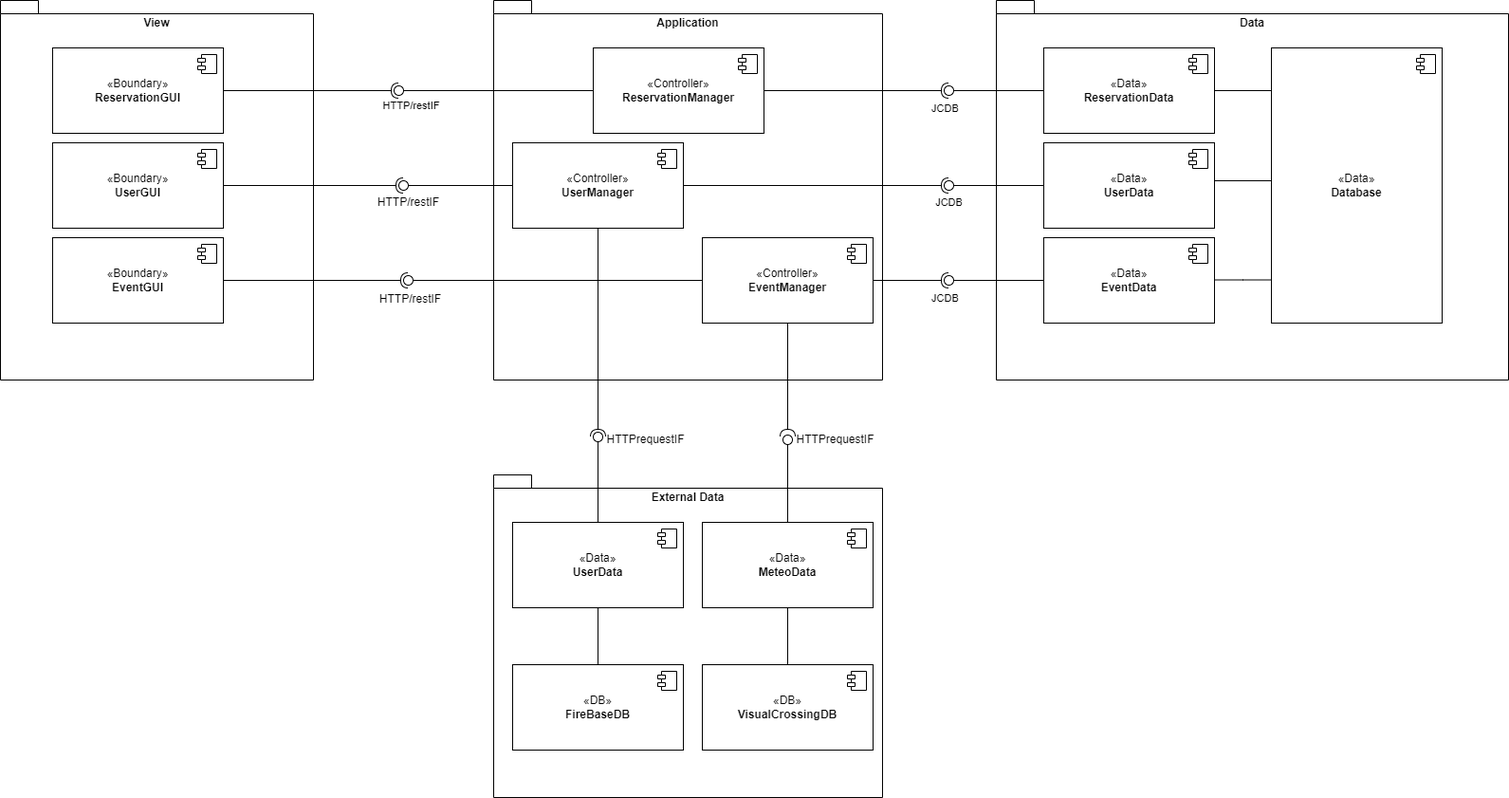
Earlier version of the draw.io export Documentazione/Iterazione 2/diagrams/Component.drawio.png (sabrin99m/Progetto-PAC-2023-24). Source tidied: cells renumbered, new cells last; positions are measured from the earlier drawing's top-left corner, leaving out a move shared by most shapes.
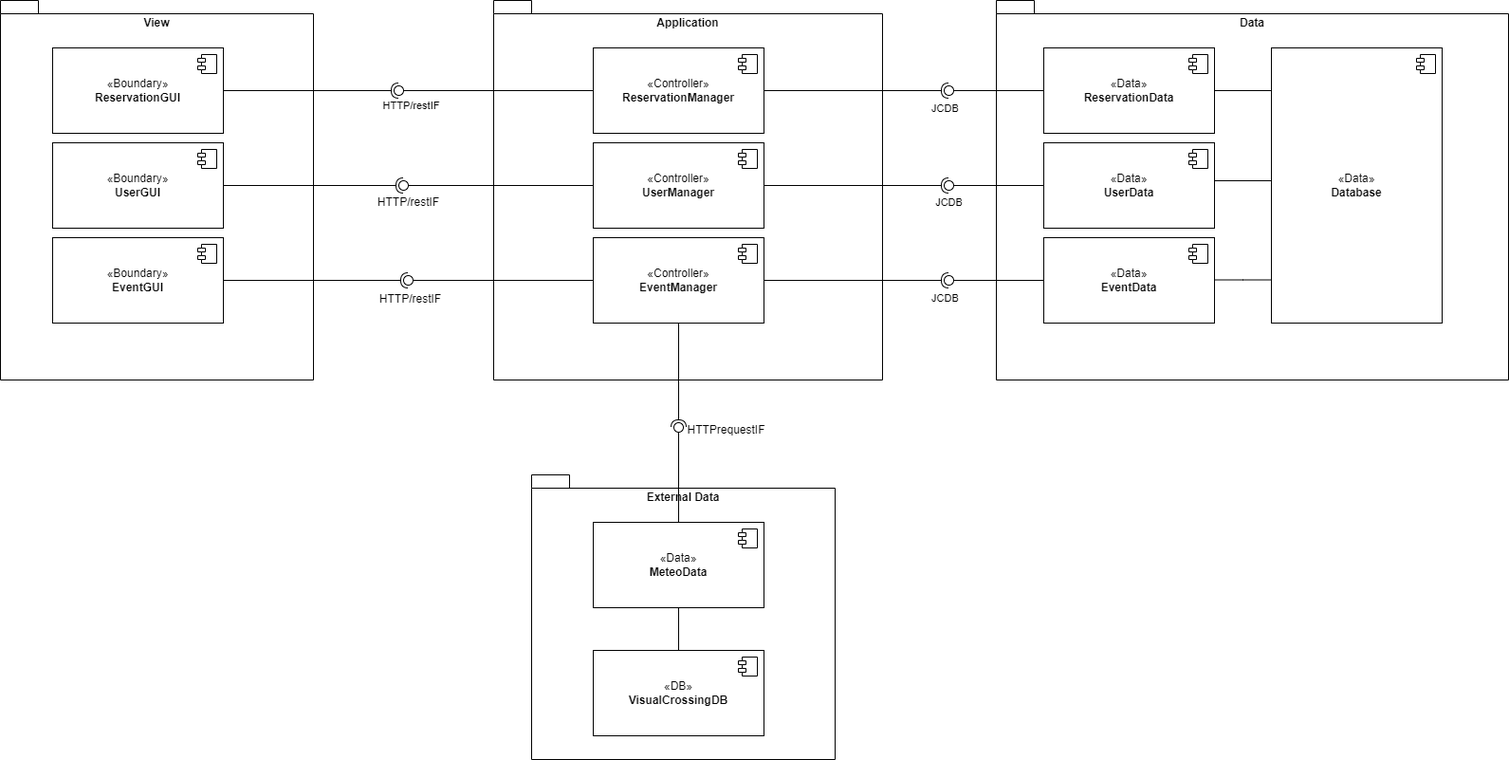
After the change.

Commit message:
upoload component

What changed in the source:
```diff
@@ -3,7 +3,7 @@
     <mxCell id="0" />
     <mxCell id="1" parent="0" />
     <mxCell id="2" value="External Data" style="shape=folder;fontStyle=1;spacingTop=10;tabWidth=40;tabHeight=14;tabPosition=left;html=1;whiteSpace=wrap;verticalAlign=top;" parent="1" vertex="1">
-      <mxGeometry x="520" y="500" width="410" height="340" as="geometry" />
+      <mxGeometry x="560" y="500" width="320" height="300" as="geometry" />
     </mxCell>
     <mxCell id="3" value="Data" style="shape=folder;fontStyle=1;spacingTop=10;tabWidth=40;tabHeight=14;tabPosition=left;html=1;whiteSpace=wrap;verticalAlign=top;" parent="1" vertex="1">
       <mxGeometry x="1050" width="540" height="400" as="geometry" />
@@ -29,7 +29,7 @@
       <mxGeometry x="1320" y="190" width="10" height="10" as="geometry" />
     </mxCell>
     <mxCell id="10" value="«Controller»&lt;br style=&quot;border-color: var(--border-color);&quot;&gt;&lt;b&gt;UserManager&lt;/b&gt;" style="html=1;whiteSpace=wrap;" parent="1" vertex="1">
-      <mxGeometry x="540" y="150" width="180" height="90" as="geometry" />
+      <mxGeometry x="625" y="150" width="180" height="90" as="geometry" />
     </mxCell>
     <mxCell id="11" style="shape=module;jettyWidth=8;jettyHeight=4;" parent="10" vertex="1">
       <mxGeometry x="1" width="20" height="20" relative="1" as="geometry">
@@ -37,7 +37,7 @@
       </mxGeometry>
     </mxCell>
     <mxCell id="12" value="«Controller»&lt;br style=&quot;border-color: var(--border-color);&quot;&gt;&lt;b&gt;EventManager&lt;/b&gt;" style="html=1;whiteSpace=wrap;" parent="1" vertex="1">
-      <mxGeometry x="740" y="250" width="180" height="90" as="geometry" />
+      <mxGeometry x="625" y="250" width="180" height="90" as="geometry" />
     </mxCell>
     <mxCell id="13" style="shape=module;jettyWidth=8;jettyHeight=4;" parent="12" vertex="1">
       <mxGeometry x="1" width="20" height="20" relative="1" as="geometry">
@@ -58,58 +58,36 @@
     <mxCell id="17" style="ellipse;whiteSpace=wrap;html=1;align=center;fillColor=none;strokeColor=none;perimeter=centerPerimeter;" parent="1" vertex="1">
       <mxGeometry x="795" y="160" width="10" height="10" as="geometry" />
     </mxCell>
-    <mxCell id="18" value="«DB»&lt;br style=&quot;border-color: var(--border-color);&quot;&gt;&lt;b&gt;FireBaseDB&lt;/b&gt;" style="html=1;whiteSpace=wrap;" parent="1" vertex="1">
-      <mxGeometry x="540" y="700" width="180" height="90" as="geometry" />
-    </mxCell>
-    <mxCell id="19" style="shape=module;jettyWidth=8;jettyHeight=4;" parent="18" vertex="1">
-      <mxGeometry x="1" width="20" height="20" relative="1" as="geometry">
-        <mxPoint x="-27" y="7" as="offset" />
-      </mxGeometry>
-    </mxCell>
     <mxCell id="20" value="«DB»&lt;br style=&quot;border-color: var(--border-color);&quot;&gt;&lt;b&gt;VisualCrossingDB&lt;/b&gt;" style="html=1;whiteSpace=wrap;" parent="1" vertex="1">
-      <mxGeometry x="740" y="700" width="180" height="90" as="geometry" />
+      <mxGeometry x="625" y="685" width="180" height="90" as="geometry" />
     </mxCell>
     <mxCell id="21" style="shape=module;jettyWidth=8;jettyHeight=4;" parent="20" vertex="1">
       <mxGeometry x="1" width="20" height="20" relative="1" as="geometry">
         <mxPoint x="-27" y="7" as="offset" />
       </mxGeometry>
     </mxCell>
-    <mxCell id="22" style="rounded=0;jettySize=auto;html=1;endArrow=oval;endFill=0;sketch=0;sourcePerimeterSpacing=0;targetPerimeterSpacing=0;endSize=10;exitX=0.5;exitY=0;exitDx=0;exitDy=0;entryX=0.067;entryY=1.233;entryDx=0;entryDy=0;entryPerimeter=0;" parent="1" edge="1" source="20" target="23">
-      <mxGeometry relative="1" as="geometry" />
+    <mxCell id="22" style="rounded=0;jettySize=auto;html=1;endArrow=oval;endFill=0;sketch=0;sourcePerimeterSpacing=0;targetPerimeterSpacing=0;endSize=10;exitX=0.5;exitY=0;exitDx=0;exitDy=0;" parent="1" edge="1" source="20">
+      <mxGeometry relative="1" as="geometry">
+        <mxPoint x="715" y="450" as="targetPoint" />
+      </mxGeometry>
     </mxCell>
     <mxCell id="23" style="ellipse;whiteSpace=wrap;html=1;align=center;fillColor=none;strokeColor=none;perimeter=centerPerimeter;points=[];outlineConnect=1;" parent="1" vertex="1">
       <mxGeometry x="825" y="458" width="10" height="10" as="geometry" />
     </mxCell>
-    <mxCell id="24" style="rounded=0;jettySize=auto;html=1;endArrow=oval;endFill=0;sketch=0;sourcePerimeterSpacing=0;targetPerimeterSpacing=0;endSize=10;exitX=0.5;exitY=0;exitDx=0;exitDy=0;" parent="1" edge="1" source="18">
-      <mxGeometry relative="1" as="geometry">
-        <mxPoint x="630" y="460" as="targetPoint" />
-      </mxGeometry>
-    </mxCell>
-    <mxCell id="25" style="ellipse;whiteSpace=wrap;html=1;align=center;fillColor=none;strokeColor=none;perimeter=centerPerimeter;" parent="1" vertex="1">
-      <mxGeometry x="625" y="458" width="10" height="10" as="geometry" />
-    </mxCell>
     <mxCell id="26" style="rounded=0;jettySize=auto;html=1;endArrow=halfCircle;endFill=0;endSize=6;strokeWidth=1;sketch=0;exitX=0.5;exitY=1;exitDx=0;exitDy=0;" parent="1" edge="1" source="12">
       <mxGeometry relative="1" as="geometry">
-        <mxPoint x="830" y="460" as="targetPoint" />
+        <mxPoint x="715" y="450" as="targetPoint" />
       </mxGeometry>
     </mxCell>
     <mxCell id="27" style="ellipse;whiteSpace=wrap;html=1;align=center;fillColor=none;strokeColor=none;perimeter=centerPerimeter;" parent="1" vertex="1">
       <mxGeometry x="855" y="380" width="10" height="10" as="geometry" />
     </mxCell>
     <mxCell id="28" value="HTTPrequestIF" style="text;html=1;align=center;verticalAlign=middle;strokeColor=none;fillColor=none;" parent="1" vertex="1">
-      <mxGeometry x="825" y="448" width="110" height="30" as="geometry" />
+      <mxGeometry x="710" y="438" width="110" height="30" as="geometry" />
     </mxCell>
-    <mxCell id="29" style="rounded=0;jettySize=auto;html=1;endArrow=halfCircle;endFill=0;endSize=6;strokeWidth=1;sketch=0;exitX=0.5;exitY=1;exitDx=0;exitDy=0;" parent="1" edge="1" source="10">
-      <mxGeometry relative="1" as="geometry">
-        <mxPoint x="630" y="460" as="targetPoint" />
-      </mxGeometry>
-    </mxCell>
     <mxCell id="30" style="ellipse;whiteSpace=wrap;html=1;align=center;fillColor=none;strokeColor=none;perimeter=centerPerimeter;" parent="1" vertex="1">
       <mxGeometry x="855" y="380" width="10" height="10" as="geometry" />
     </mxCell>
-    <mxCell id="31" value="HTTPrequestIF" style="text;html=1;align=center;verticalAlign=middle;strokeColor=none;fillColor=none;" parent="1" vertex="1">
-      <mxGeometry x="625" y="448" width="110" height="30" as="geometry" />
-    </mxCell>
     <mxCell id="32" value="«Boundary»&lt;br style=&quot;border-color: var(--border-color);&quot;&gt;&lt;b&gt;UserGUI&lt;/b&gt;" style="html=1;whiteSpace=wrap;" parent="1" vertex="1">
       <mxGeometry x="55" y="150" width="180" height="90" as="geometry" />
     </mxCell>
@@ -163,21 +141,13 @@
       <mxGeometry x="995" y="190" width="10" height="10" as="geometry" />
     </mxCell>
     <mxCell id="46" value="«Data»&lt;br&gt;&lt;b&gt;MeteoData&lt;/b&gt;" style="html=1;whiteSpace=wrap;" parent="1" vertex="1">
-      <mxGeometry x="740" y="550" width="180" height="90" as="geometry" />
+      <mxGeometry x="625" y="550" width="180" height="90" as="geometry" />
     </mxCell>
     <mxCell id="47" style="shape=module;jettyWidth=8;jettyHeight=4;" parent="46" vertex="1">
       <mxGeometry x="1" width="20" height="20" relative="1" as="geometry">
         <mxPoint x="-27" y="7" as="offset" />
       </mxGeometry>
     </mxCell>
-    <mxCell id="48" value="«Data»&lt;br&gt;&lt;b&gt;UserData&lt;/b&gt;" style="html=1;whiteSpace=wrap;" parent="1" vertex="1">
-      <mxGeometry x="540" y="550" width="180" height="90" as="geometry" />
-    </mxCell>
-    <mxCell id="49" style="shape=module;jettyWidth=8;jettyHeight=4;" parent="48" vertex="1">
-      <mxGeometry x="1" width="20" height="20" relative="1" as="geometry">
-        <mxPoint x="-27" y="7" as="offset" />
-      </mxGeometry>
-    </mxCell>
     <mxCell id="50" value="«Data»&lt;br&gt;&lt;b&gt;UserData&lt;/b&gt;" style="html=1;whiteSpace=wrap;" parent="1" vertex="1">
       <mxGeometry x="1100" y="150" width="180" height="90" as="geometry" />
     </mxCell>
```
